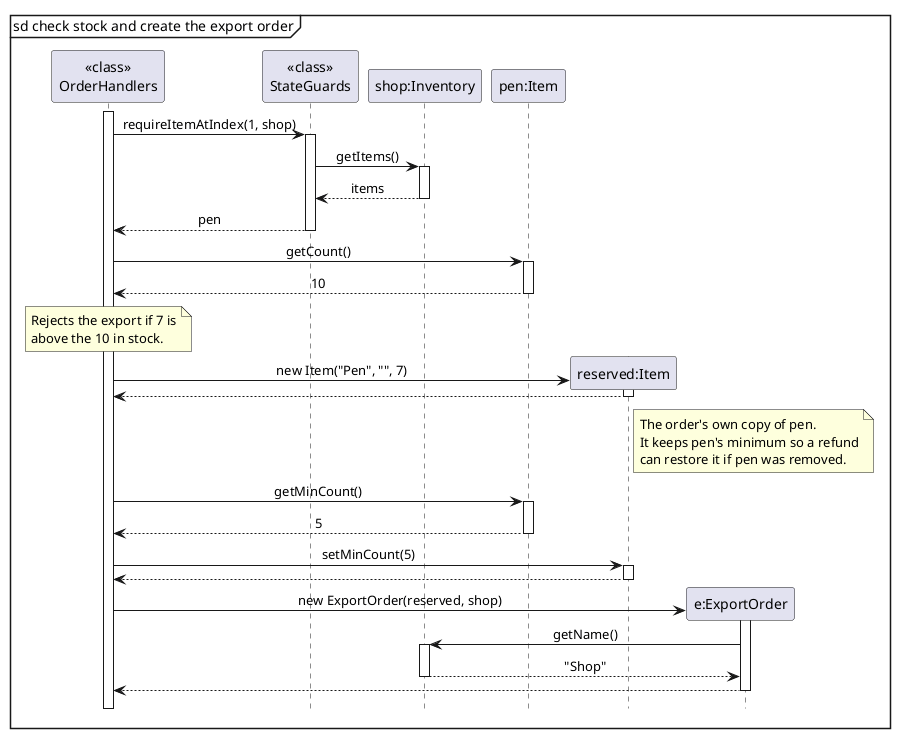
This is docs/images/ExportReserveSequence.png from AY2627S1-CS2113-W14-4/tp, a PlantUML export, as it was before one commit.
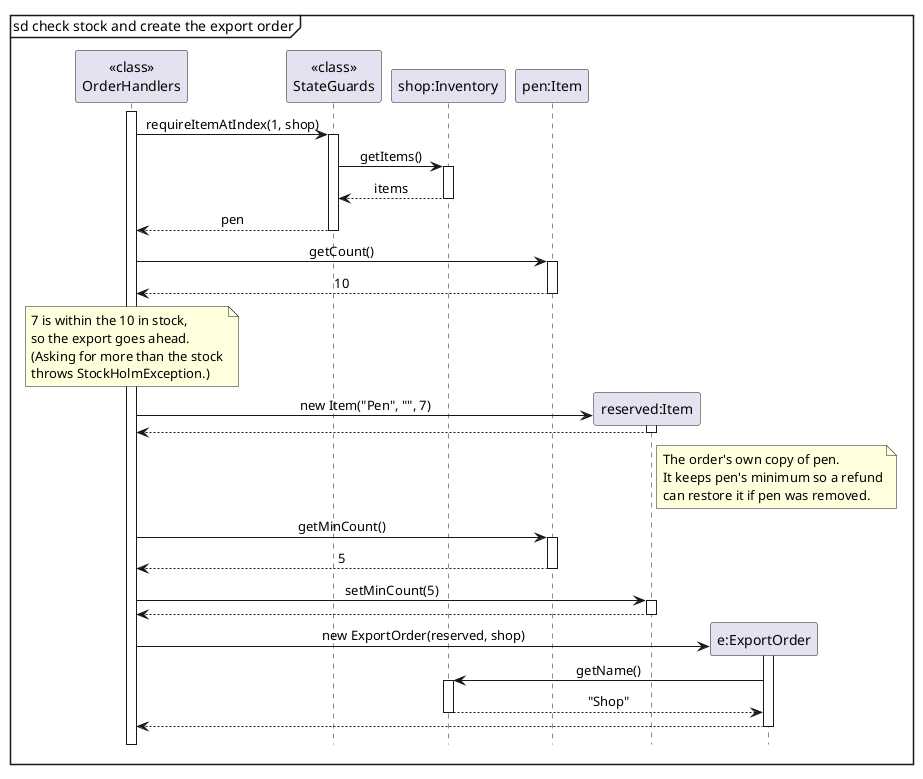
After the commit.

Commit message:
Clarify stock check and minimum copy in export diagram

Change to the diagram source:
```diff
@@ -23,8 +23,10 @@
 Item --> Handlers : 10
 deactivate Item
 note over Handlers
-    Rejects the export if 7 is
-    above the 10 in stock.
+    7 is within the 10 in stock,
+    so the export goes ahead.
+    (Asking for more than the stock
+    throws StockHolmException.)
 end note
 
 create participant "reserved:Item" as Reserved
```
